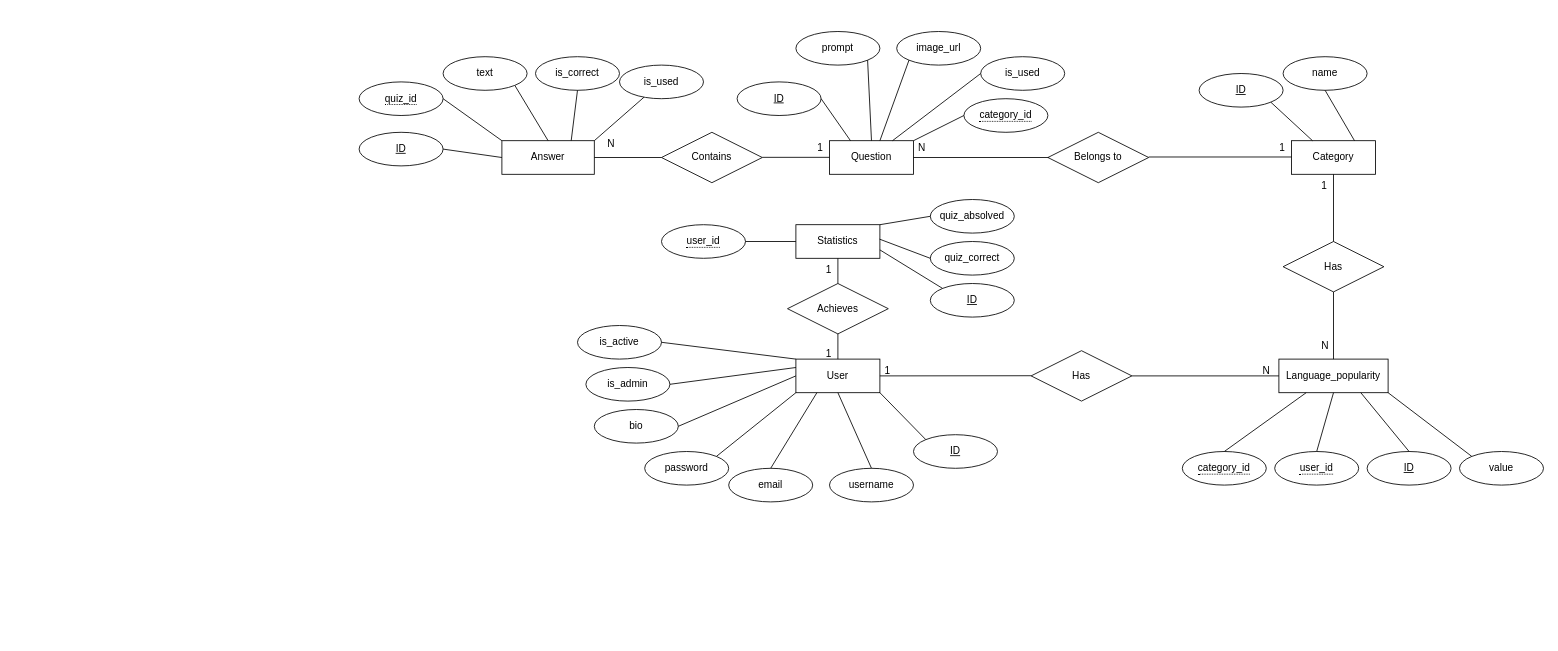
This is kezkousce/ER diagram.drawio from VanRhapsody/PersonalProject, a draw.io file, before an edit. Source tidied: cells renumbered, new cells numbered last; positions are measured from the earlier drawing's top-left corner, leaving out a move shared by most shapes. Both pictures are drawn from the tidied source at 84%, with x=0, y=0 at pixel (359, 31).
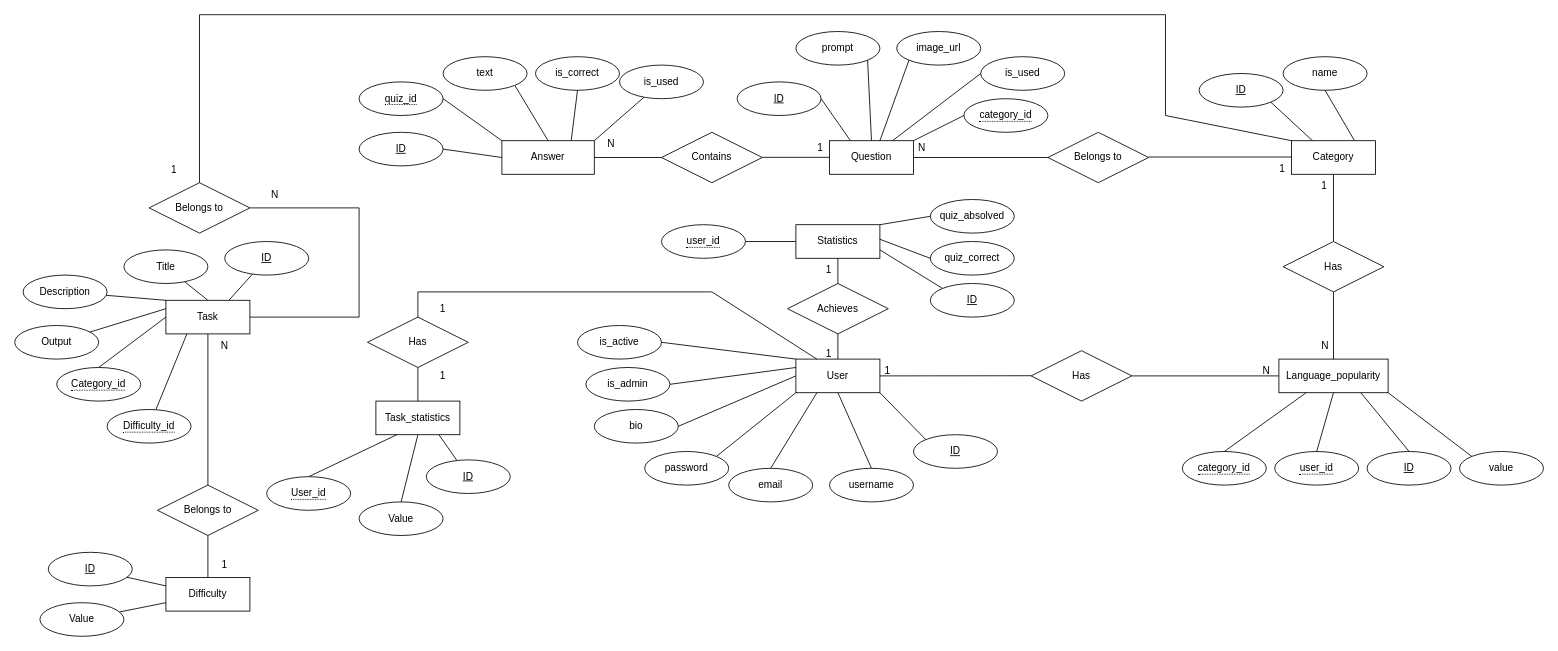
After the change.

Commit message (it also covers changes not shown here):
Přidání upraveného ER diagramu

Unchanged cells that the change refers to:
```xml
<mxCell id="31" value="Category" style="whiteSpace=wrap;html=1;align=center;" parent="1" vertex="1">
  <mxGeometry x="1110" y="130" width="100" height="40" as="geometry" />
</mxCell>
<mxCell id="53" value="User" style="whiteSpace=wrap;html=1;align=center;" parent="1" vertex="1">
  <mxGeometry x="520" y="390" width="100" height="40" as="geometry" />
</mxCell>
```

Diff of the diagram source:
```diff
@@
     <mxCell id="32" value="1" style="text;strokeColor=none;fillColor=none;spacingLeft=4;spacingRight=4;overflow=hidden;fontSize=12;whiteSpace=wrap;html=1;" parent="1" vertex="1">
-      <mxGeometry x="1090" y="125" width="40" height="30" as="geometry" />
+      <mxGeometry x="1090" y="150" width="40" height="30" as="geometry" />
     </mxCell>
@@
+    <mxCell id="87" value="Task" style="whiteSpace=wrap;html=1;align=center;" parent="1" vertex="1">
+      <mxGeometry x="-230" y="320" width="100" height="40" as="geometry" />
+    </mxCell>
+    <mxCell id="88" style="endArrow=none;html=1;rounded=0;exitX=0.75;exitY=0;exitDx=0;exitDy=0;" parent="1" edge="1" source="87" target="89">
+      <mxGeometry relative="1" as="geometry" />
+    </mxCell>
+    <mxCell id="89" value="ID" style="ellipse;whiteSpace=wrap;html=1;align=center;fontStyle=4;" parent="1" vertex="1">
+      <mxGeometry x="-160" y="250" width="100" height="40" as="geometry" />
+    </mxCell>
+    <mxCell id="90" style="endArrow=none;html=1;rounded=0;exitX=0.5;exitY=0;exitDx=0;exitDy=0;" parent="1" edge="1" source="87" target="91">
+      <mxGeometry relative="1" as="geometry" />
+    </mxCell>
+    <mxCell id="91" value="Title" style="ellipse;whiteSpace=wrap;html=1;align=center;" parent="1" vertex="1">
+      <mxGeometry x="-280" y="260" width="100" height="40" as="geometry" />
+    </mxCell>
+    <mxCell id="92" style="endArrow=none;html=1;rounded=0;exitX=0;exitY=0;exitDx=0;exitDy=0;" parent="1" edge="1" source="87" target="93">
+      <mxGeometry relative="1" as="geometry" />
+    </mxCell>
+    <mxCell id="93" value="Description" style="ellipse;whiteSpace=wrap;html=1;align=center;" parent="1" vertex="1">
+      <mxGeometry x="-400" y="290" width="100" height="40" as="geometry" />
+    </mxCell>
+    <mxCell id="94" style="endArrow=none;html=1;rounded=0;exitX=0;exitY=0.25;exitDx=0;exitDy=0;" parent="1" edge="1" source="87" target="95">
+      <mxGeometry relative="1" as="geometry" />
+    </mxCell>
+    <mxCell id="95" value="Output" style="ellipse;whiteSpace=wrap;html=1;align=center;" parent="1" vertex="1">
+      <mxGeometry x="-410" y="350" width="100" height="40" as="geometry" />
+    </mxCell>
+    <mxCell id="96" style="endArrow=none;html=1;rounded=0;exitX=0;exitY=0.5;exitDx=0;exitDy=0;entryX=0.5;entryY=0;entryDx=0;entryDy=0;" parent="1" edge="1" source="87" target="97">
+      <mxGeometry relative="1" as="geometry" />
+    </mxCell>
+    <mxCell id="97" value="&lt;span style=&quot;border-bottom: 1px dotted&quot;&gt;Category_id&lt;/span&gt;" style="ellipse;whiteSpace=wrap;html=1;align=center;" parent="1" vertex="1">
+      <mxGeometry x="-360" y="400" width="100" height="40" as="geometry" />
+    </mxCell>
+    <mxCell id="98" style="endArrow=none;html=1;rounded=0;exitX=0.25;exitY=1;exitDx=0;exitDy=0;" parent="1" edge="1" source="87" target="99">
+      <mxGeometry relative="1" as="geometry" />
+    </mxCell>
+    <mxCell id="99" value="&lt;span style=&quot;border-bottom: 1px dotted&quot;&gt;Difficulty_id&lt;/span&gt;" style="ellipse;whiteSpace=wrap;html=1;align=center;" parent="1" vertex="1">
+      <mxGeometry x="-300" y="450" width="100" height="40" as="geometry" />
+    </mxCell>
+    <mxCell id="100" style="endArrow=none;html=1;rounded=0;exitX=0.5;exitY=1;exitDx=0;exitDy=0;" parent="1" edge="1" source="87">
+      <mxGeometry relative="1" as="geometry">
+        <mxPoint x="-180" y="540" as="targetPoint" />
+      </mxGeometry>
+    </mxCell>
+    <mxCell id="101" value="Belongs to" style="shape=rhombus;perimeter=rhombusPerimeter;whiteSpace=wrap;html=1;align=center;" parent="1" vertex="1">
+      <mxGeometry x="-240" y="540" width="120" height="60" as="geometry" />
+    </mxCell>
+    <mxCell id="102" style="endArrow=none;html=1;rounded=0;exitX=0.5;exitY=1;exitDx=0;exitDy=0;" parent="1" edge="1" source="101">
+      <mxGeometry relative="1" as="geometry">
+        <mxPoint x="-180" y="650" as="targetPoint" />
+      </mxGeometry>
+    </mxCell>
+    <mxCell id="103" value="Difficulty" style="whiteSpace=wrap;html=1;align=center;" parent="1" vertex="1">
+      <mxGeometry x="-230" y="650" width="100" height="40" as="geometry" />
+    </mxCell>
+    <mxCell id="104" style="endArrow=none;html=1;rounded=0;exitX=0;exitY=0.25;exitDx=0;exitDy=0;" parent="1" edge="1" source="103" target="105">
+      <mxGeometry relative="1" as="geometry" />
+    </mxCell>
+    <mxCell id="105" value="ID" style="ellipse;whiteSpace=wrap;html=1;align=center;fontStyle=4;" parent="1" vertex="1">
+      <mxGeometry x="-370" y="620" width="100" height="40" as="geometry" />
+    </mxCell>
+    <mxCell id="106" style="endArrow=none;html=1;rounded=0;exitX=0;exitY=0.75;exitDx=0;exitDy=0;" parent="1" edge="1" source="103" target="107">
+      <mxGeometry relative="1" as="geometry" />
+    </mxCell>
+    <mxCell id="107" value="Value" style="ellipse;whiteSpace=wrap;html=1;align=center;" parent="1" vertex="1">
+      <mxGeometry x="-380" y="680" width="100" height="40" as="geometry" />
+    </mxCell>
+    <mxCell id="108" value="Belongs to" style="shape=rhombus;perimeter=rhombusPerimeter;whiteSpace=wrap;html=1;align=center;" parent="1" vertex="1">
+      <mxGeometry x="-250" y="180" width="120" height="60" as="geometry" />
+    </mxCell>
+    <mxCell id="109" style="endArrow=none;html=1;rounded=0;exitX=1;exitY=0.5;exitDx=0;exitDy=0;" parent="1" edge="1" source="87">
+      <mxGeometry relative="1" as="geometry">
+        <mxPoint x="-130" y="210" as="targetPoint" />
+        <Array as="points">
+          <mxPoint y="340" />
+          <mxPoint y="210" />
+        </Array>
+      </mxGeometry>
+    </mxCell>
+    <mxCell id="110" style="endArrow=none;html=1;rounded=0;exitX=0.5;exitY=0;exitDx=0;exitDy=0;entryX=0;entryY=0;entryDx=0;entryDy=0;" parent="1" edge="1" source="108" target="31">
+      <mxGeometry relative="1" as="geometry">
+        <Array as="points">
+          <mxPoint x="-190" y="-20" />
+          <mxPoint x="960" y="-20" />
+          <mxPoint x="960" y="100" />
+        </Array>
+      </mxGeometry>
+    </mxCell>
+    <mxCell id="111" value="N" style="text;html=1;align=center;verticalAlign=middle;whiteSpace=wrap;rounded=0;" parent="1" vertex="1">
+      <mxGeometry x="-190" y="360" width="60" height="30" as="geometry" />
+    </mxCell>
+    <mxCell id="112" value="1" style="text;html=1;align=center;verticalAlign=middle;whiteSpace=wrap;rounded=0;" parent="1" vertex="1">
+      <mxGeometry x="-190" y="620" width="60" height="30" as="geometry" />
+    </mxCell>
+    <mxCell id="113" value="N" style="text;html=1;align=center;verticalAlign=middle;whiteSpace=wrap;rounded=0;" parent="1" vertex="1">
+      <mxGeometry x="-130" y="180" width="60" height="30" as="geometry" />
+    </mxCell>
+    <mxCell id="114" value="1" style="text;html=1;align=center;verticalAlign=middle;whiteSpace=wrap;rounded=0;" parent="1" vertex="1">
+      <mxGeometry x="-250" y="150" width="60" height="30" as="geometry" />
+    </mxCell>
+    <mxCell id="115" value="Task_statistics" style="whiteSpace=wrap;html=1;align=center;" parent="1" vertex="1">
+      <mxGeometry x="20" y="440" width="100" height="40" as="geometry" />
+    </mxCell>
+    <mxCell id="116" style="endArrow=none;html=1;rounded=0;exitX=0.75;exitY=1;exitDx=0;exitDy=0;" parent="1" edge="1" source="115" target="117">
+      <mxGeometry relative="1" as="geometry" />
+    </mxCell>
+    <mxCell id="117" value="ID" style="ellipse;whiteSpace=wrap;html=1;align=center;fontStyle=4;" parent="1" vertex="1">
+      <mxGeometry x="80" y="510" width="100" height="40" as="geometry" />
+    </mxCell>
+    <mxCell id="118" style="endArrow=none;html=1;rounded=0;entryX=0.5;entryY=1;entryDx=0;entryDy=0;exitX=0.5;exitY=0;exitDx=0;exitDy=0;" parent="1" edge="1" source="119" target="115">
+      <mxGeometry relative="1" as="geometry" />
+    </mxCell>
+    <mxCell id="119" value="Value" style="ellipse;whiteSpace=wrap;html=1;align=center;" parent="1" vertex="1">
+      <mxGeometry y="560" width="100" height="40" as="geometry" />
+    </mxCell>
+    <mxCell id="120" style="endArrow=none;html=1;rounded=0;entryX=0.25;entryY=1;entryDx=0;entryDy=0;exitX=0.5;exitY=0;exitDx=0;exitDy=0;" parent="1" edge="1" source="121" target="115">
+      <mxGeometry relative="1" as="geometry" />
+    </mxCell>
+    <mxCell id="121" value="&lt;span style=&quot;border-bottom: 1px dotted&quot;&gt;User_id&lt;/span&gt;" style="ellipse;whiteSpace=wrap;html=1;align=center;" parent="1" vertex="1">
+      <mxGeometry x="-110" y="530" width="100" height="40" as="geometry" />
+    </mxCell>
+    <mxCell id="122" value="Has" style="shape=rhombus;perimeter=rhombusPerimeter;whiteSpace=wrap;html=1;align=center;" parent="1" vertex="1">
+      <mxGeometry x="10" y="340" width="120" height="60" as="geometry" />
+    </mxCell>
+    <mxCell id="123" style="endArrow=none;html=1;rounded=0;exitX=0.5;exitY=0;exitDx=0;exitDy=0;entryX=0.5;entryY=1;entryDx=0;entryDy=0;" parent="1" edge="1" source="115" target="122">
+      <mxGeometry relative="1" as="geometry" />
+    </mxCell>
+    <mxCell id="124" style="endArrow=none;html=1;rounded=0;entryX=0.25;entryY=0;entryDx=0;entryDy=0;exitX=0.5;exitY=0;exitDx=0;exitDy=0;" parent="1" edge="1" source="122" target="53">
+      <mxGeometry relative="1" as="geometry">
+        <Array as="points">
+          <mxPoint x="70" y="310" />
+          <mxPoint x="420" y="310" />
+        </Array>
+      </mxGeometry>
+    </mxCell>
+    <mxCell id="125" value="1" style="text;html=1;align=center;verticalAlign=middle;whiteSpace=wrap;rounded=0;" parent="1" vertex="1">
+      <mxGeometry x="70" y="395" width="60" height="30" as="geometry" />
+    </mxCell>
+    <mxCell id="126" value="1" style="text;html=1;align=center;verticalAlign=middle;whiteSpace=wrap;rounded=0;" parent="1" vertex="1">
+      <mxGeometry x="70" y="315" width="60" height="30" as="geometry" />
+    </mxCell>
```
